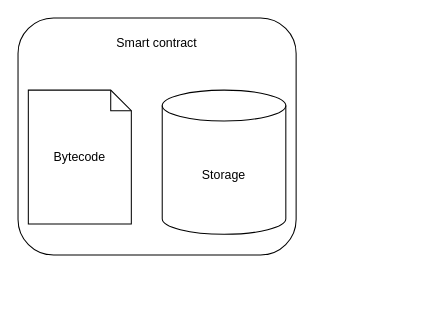
This is page "contract" (2 of 23) of documents/master.drawio from phamhongphuc1999/account-abstraction-app, a draw.io file, before an edit. Source tidied: cells renumbered, new cells numbered last; positions are measured from the earlier drawing's top-left corner, leaving out a move shared by most shapes. Both pictures are drawn from the tidied source at 103%, with x=0, y=0 at pixel (18, 18).
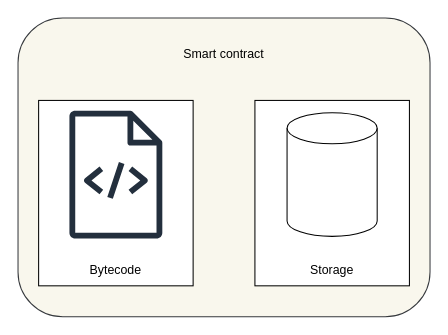
The same diagram, later.

What changed in the source:
```diff
@@
 <mxGraphModel>
   <root>
     <mxCell id="0" />
     <mxCell id="1" parent="0" />
-    <mxCell id="2" style="rounded=1;whiteSpace=wrap;html=1;glass=0;" parent="1" vertex="1">
-      <mxGeometry width="270" height="230" as="geometry" />
+    <mxCell id="2" style="rounded=1;whiteSpace=wrap;html=1;glass=0;fillColor=#f9f7ed;strokeColor=#36393d;" parent="1" vertex="1">
+      <mxGeometry width="400" height="290" as="geometry" />
     </mxCell>
+    <mxCell id="6" style="rounded=0;whiteSpace=wrap;html=1;" parent="1" vertex="1">
+      <mxGeometry x="230" y="80" width="150" height="180" as="geometry" />
+    </mxCell>
+    <mxCell id="7" style="rounded=0;whiteSpace=wrap;html=1;" parent="1" vertex="1">
+      <mxGeometry x="20" y="80" width="150" height="180" as="geometry" />
+    </mxCell>
-    <mxCell id="3" value="Storage" style="shape=cylinder3;whiteSpace=wrap;html=1;boundedLbl=1;backgroundOutline=1;size=15;" parent="1" vertex="1">
-      <mxGeometry x="140" y="70" width="120" height="140" as="geometry" />
+    <mxCell id="3" style="shape=cylinder3;whiteSpace=wrap;html=1;boundedLbl=1;backgroundOutline=1;size=15;" parent="1" vertex="1">
+      <mxGeometry x="261.2" y="92" width="87.5" height="120" as="geometry" />
     </mxCell>
+    <mxCell id="5" value="Smart contract" style="text;html=1;align=center;verticalAlign=middle;whiteSpace=wrap;rounded=0;" parent="1" vertex="1">
+      <mxGeometry x="20" y="20" width="360" height="30" as="geometry" />
+    </mxCell>
+    <mxCell id="8" style="sketch=0;fontColor=#232F3E;gradientColor=none;fillColor=#232F3D;strokeColor=none;dashed=0;verticalLabelPosition=bottom;verticalAlign=top;align=center;html=1;fontSize=12;fontStyle=0;shape=mxgraph.aws4.source_code;" parent="1" vertex="1">
+      <mxGeometry x="49.7" y="90" width="90.6" height="124" as="geometry" />
+    </mxCell>
-    <mxCell id="4" value="Bytecode" style="shape=note;size=20;whiteSpace=wrap;html=1;" parent="1" vertex="1">
-      <mxGeometry x="10" y="70" width="100" height="130" as="geometry" />
+    <mxCell id="4" value="Bytecode" style="text;html=1;align=center;verticalAlign=middle;whiteSpace=wrap;rounded=0;" parent="1" vertex="1">
+      <mxGeometry x="20" y="230" width="150" height="30" as="geometry" />
     </mxCell>
-    <mxCell id="5" value="Smart contract" style="text;html=1;align=center;verticalAlign=middle;whiteSpace=wrap;rounded=0;" parent="1" vertex="1">
-      <mxGeometry x="10" y="10" width="250" height="30" as="geometry" />
-    </mxCell>
+    <mxCell id="9" value="Storage" style="text;html=1;align=center;verticalAlign=middle;whiteSpace=wrap;rounded=0;" parent="1" vertex="1">
+      <mxGeometry x="230" y="230" width="150" height="30" as="geometry" />
+    </mxCell>
   </root>
 </mxGraphModel>
```
